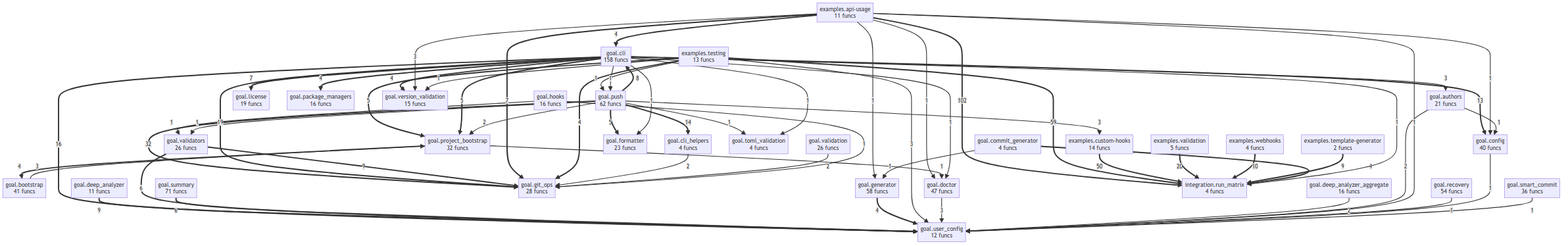
Before: project/compact_flow.png, a diagram exported from Mermaid (semcod/goal). Its source is kept beside it as project/compact_flow.mmd.
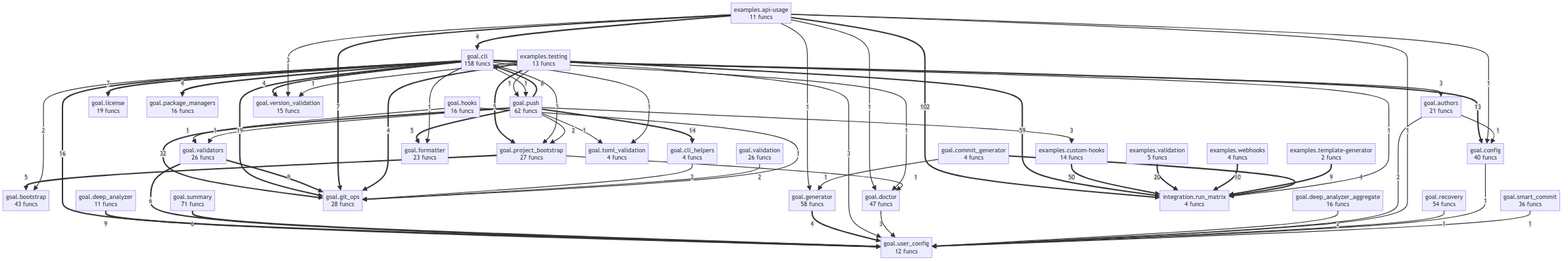
After the commit.

The edit, as a diff of the source:
```diff
@@ -6,7 +6,7 @@
     examples__validation["examples.validation<br/>5 funcs"]
     examples__webhooks["examples.webhooks<br/>4 funcs"]
     goal__authors["goal.authors<br/>21 funcs"]
-    goal__bootstrap["goal.bootstrap<br/>41 funcs"]
+    goal__bootstrap["goal.bootstrap<br/>43 funcs"]
     goal__cli["goal.cli<br/>158 funcs"]
     goal__cli_helpers["goal.cli_helpers<br/>4 funcs"]
     goal__commit_generator["goal.commit_generator<br/>4 funcs"]
@@ -20,7 +20,7 @@
     goal__hooks["goal.hooks<br/>16 funcs"]
     goal__license["goal.license<br/>19 funcs"]
     goal__package_managers["goal.package_managers<br/>16 funcs"]
-    goal__project_bootstrap["goal.project_bootstrap<br/>32 funcs"]
+    goal__project_bootstrap["goal.project_bootstrap<br/>27 funcs"]
     goal__push["goal.push<br/>62 funcs"]
     goal__recovery["goal.recovery<br/>54 funcs"]
     goal__smart_commit["goal.smart_commit<br/>36 funcs"]
@@ -51,23 +51,23 @@
     goal__summary ==>|6| goal__user_config
     examples__testing ==>|5| goal__project_bootstrap
     goal__push ==>|5| goal__formatter
-    goal__cli ==>|5| goal__project_bootstrap
+    goal__project_bootstrap ==>|5| goal__bootstrap
     examples__api_usage ==>|4| goal__cli
     examples__testing ==>|4| goal__git_ops
-    goal__project_bootstrap ==>|4| goal__bootstrap
     goal__commit_generator ==>|4| integration__run_matrix
     goal__generator ==>|4| goal__user_config
     goal__cli ==>|4| goal__version_validation
     goal__cli ==>|4| goal__package_managers
     examples__api_usage -->|3| goal__version_validation
     examples__testing -->|3| goal__user_config
-    goal__bootstrap -->|3| goal__project_bootstrap
     goal__push -->|3| examples__custom_hooks
     goal__cli -->|3| goal__authors
+    goal__cli -->|3| goal__project_bootstrap
     goal__doctor -->|3| goal__user_config
     goal__deep_analyzer_aggregate -->|2| goal__user_config
     goal__cli_helpers -->|2| goal__git_ops
     goal__push -->|2| goal__project_bootstrap
+    goal__cli -->|2| goal__bootstrap
     goal__validation -->|2| goal__git_ops
     goal__authors -->|2| goal__user_config
     examples__api_usage -->|1| goal__config
@@ -76,7 +76,6 @@
     examples__api_usage -->|1| goal__generator
     examples__testing -->|1| goal__version_validation
     examples__testing -->|1| goal__push
-    goal__project_bootstrap -->|1| goal__doctor
     goal__cli -->|1| integration__run_matrix
     goal__commit_generator -->|1| goal__generator
     goal__hooks -->|1| goal__git_ops
@@ -91,3 +90,4 @@
     goal__config -->|1| goal__user_config
     goal__smart_commit -->|1| goal__user_config
     goal__authors -->|1| goal__config
+    goal__project_bootstrap -->|1| goal__doctor
```
